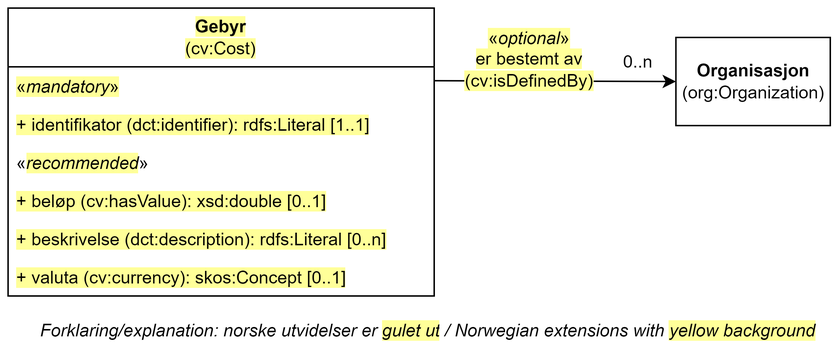
Informasjonsforvaltning/dcat-ap-no keeps this draw.io diagram as docs/images/Klassen-Gebyr.png. Above is the earlier version. Source tidied: cells renumbered, new cells last; positions are measured from the earlier drawing's top-left corner, leaving out a move shared by most shapes. Its diagram source:
```xml
<mxGraphModel>
  <root>
    <mxCell id="0" />
    <mxCell id="1" parent="0" />
    <mxCell id="2" value="&lt;b&gt;Organisasjon&lt;/b&gt;&lt;br&gt;(org:Organization)" style="rounded=0;whiteSpace=wrap;html=1;fillColor=default;strokeColor=#000000;" parent="1" vertex="1">
      <mxGeometry x="454.5" y="20" width="105" height="60" as="geometry" />
    </mxCell>
    <mxCell id="3" style="endArrow=classic;html=1;rounded=0;exitX=1.004;exitY=0.33;exitDx=0;exitDy=0;exitPerimeter=0;entryX=0;entryY=0.5;entryDx=0;entryDy=0;" parent="1" edge="1" target="2">
      <mxGeometry relative="1" as="geometry">
        <mxPoint x="290.4" y="49.5" as="sourcePoint" />
      </mxGeometry>
    </mxCell>
    <mxCell id="4" value="0..n" style="text;html=1;strokeColor=none;fillColor=none;align=center;verticalAlign=middle;whiteSpace=wrap;rounded=0;labelBackgroundColor=#FFFFFF;" parent="1" vertex="1">
      <mxGeometry x="409" y="27" width="40" height="20" as="geometry" />
    </mxCell>
    <mxCell id="5" value="&lt;span style=&quot;background-color: rgb(255, 255, 153);&quot;&gt;&lt;b style=&quot;border-color: var(--border-color);&quot;&gt;Gebyr&lt;/b&gt;&lt;br style=&quot;border-color: var(--border-color);&quot;&gt;(cv:Cost)&lt;/span&gt;" style="swimlane;fontStyle=0;horizontal=1;startSize=40;fillColor=none;whiteSpace=wrap;html=1;" parent="1" vertex="1">
      <mxGeometry width="290" height="196" as="geometry" />
    </mxCell>
    <mxCell id="6" value="&lt;span style=&quot;background-color: rgb(255, 255, 153);&quot;&gt;«&lt;i&gt;mandatory&lt;/i&gt;»&lt;/span&gt;" style="text;strokeColor=none;fillColor=none;align=left;verticalAlign=top;spacingLeft=4;spacingRight=4;overflow=hidden;whiteSpace=wrap;html=1;" parent="5" vertex="1">
      <mxGeometry y="40" width="290" height="26" as="geometry" />
    </mxCell>
    <mxCell id="7" value="&lt;span style=&quot;background-color: rgb(255, 255, 153);&quot;&gt;+ identifikator (dct:identifier): rdfs:Literal [1..1]&lt;/span&gt;" style="text;strokeColor=none;fillColor=none;align=left;verticalAlign=top;spacingLeft=4;spacingRight=4;overflow=hidden;whiteSpace=wrap;html=1;" parent="5" vertex="1">
      <mxGeometry y="66" width="290" height="26" as="geometry" />
    </mxCell>
    <mxCell id="8" value="«&lt;i style=&quot;background-color: rgb(255, 255, 153);&quot;&gt;recommended&lt;/i&gt;»" style="text;strokeColor=none;fillColor=none;align=left;verticalAlign=top;spacingLeft=4;spacingRight=4;overflow=hidden;whiteSpace=wrap;html=1;" parent="5" vertex="1">
      <mxGeometry y="92" width="290" height="26" as="geometry" />
    </mxCell>
    <mxCell id="9" value="&lt;span style=&quot;background-color: rgb(255, 255, 153);&quot;&gt;+&amp;nbsp;beløp (cv:hasValue): xsd:double&amp;nbsp;[0..1]&lt;/span&gt;" style="text;strokeColor=none;fillColor=none;align=left;verticalAlign=top;spacingLeft=4;spacingRight=4;overflow=hidden;whiteSpace=wrap;html=1;" parent="5" vertex="1">
      <mxGeometry y="118" width="290" height="26" as="geometry" />
    </mxCell>
    <mxCell id="10" value="&lt;span style=&quot;background-color: rgb(255, 255, 153);&quot;&gt;+&amp;nbsp;beskrivelse (dct:description): rdfs:Literal [0..n]&lt;/span&gt;" style="text;strokeColor=none;fillColor=none;align=left;verticalAlign=top;spacingLeft=4;spacingRight=4;overflow=hidden;whiteSpace=wrap;html=1;" parent="5" vertex="1">
      <mxGeometry y="144" width="290" height="26" as="geometry" />
    </mxCell>
    <mxCell id="11" value="&lt;span style=&quot;background-color: rgb(255, 255, 153);&quot;&gt;+&amp;nbsp;valuta (cv:currency): skos:Concept&amp;nbsp;[0..1]&lt;/span&gt;" style="text;strokeColor=none;fillColor=none;align=left;verticalAlign=top;spacingLeft=4;spacingRight=4;overflow=hidden;whiteSpace=wrap;html=1;" parent="5" vertex="1">
      <mxGeometry y="170" width="290" height="26" as="geometry" />
    </mxCell>
    <mxCell id="12" value="&lt;div&gt;&lt;span style=&quot;background-color: rgb(255, 255, 153);&quot;&gt;«&lt;i style=&quot;&quot;&gt;optional&lt;/i&gt;»&lt;/span&gt;&lt;/div&gt;&lt;div&gt;&lt;span style=&quot;background-color: rgb(255, 255, 153);&quot;&gt;er bestemt av&lt;/span&gt;&lt;/div&gt;&lt;div&gt;&lt;span style=&quot;background-color: rgb(255, 255, 153);&quot;&gt;(cv:isDefinedBy)&lt;/span&gt;&lt;/div&gt;" style="text;html=1;strokeColor=none;fillColor=none;align=center;verticalAlign=middle;whiteSpace=wrap;rounded=0;" parent="1" vertex="1">
      <mxGeometry x="310" y="20" width="89.6" height="30" as="geometry" />
    </mxCell>
    <mxCell id="13" value="Forklaring/explanation: norske utvidelser er&amp;nbsp;&lt;span style=&quot;background-color: rgb(255, 255, 153);&quot;&gt;gulet ut&lt;/span&gt;&lt;span style=&quot;background-color: rgb(255 , 255 , 255)&quot;&gt;&amp;nbsp;/ Norwegian extensions with &lt;/span&gt;&lt;span style=&quot;background-color: rgb(255, 255, 153);&quot;&gt;yellow background&lt;/span&gt;" style="text;html=1;strokeColor=none;fillColor=none;align=center;verticalAlign=middle;whiteSpace=wrap;rounded=0;fontStyle=2;" parent="1" vertex="1">
      <mxGeometry x="11.8" y="210" width="547.8" height="20" as="geometry" />
    </mxCell>
  </root>
</mxGraphModel>
```
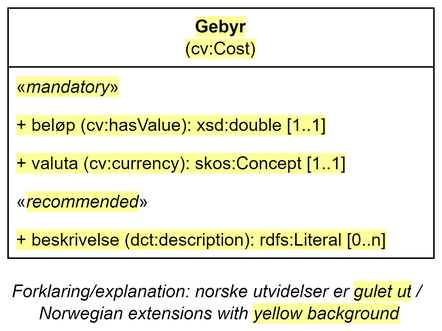
Later version of the same file.

Commit message:
Oppdaterer klassen Gebyr

The edit, as a diff of the source:
```diff
@@ -2,43 +2,26 @@
   <root>
     <mxCell id="0" />
     <mxCell id="1" parent="0" />
-    <mxCell id="2" value="&lt;b&gt;Organisasjon&lt;/b&gt;&lt;br&gt;(org:Organization)" style="rounded=0;whiteSpace=wrap;html=1;fillColor=default;strokeColor=#000000;" parent="1" vertex="1">
-      <mxGeometry x="454.5" y="20" width="105" height="60" as="geometry" />
-    </mxCell>
-    <mxCell id="3" style="endArrow=classic;html=1;rounded=0;exitX=1.004;exitY=0.33;exitDx=0;exitDy=0;exitPerimeter=0;entryX=0;entryY=0.5;entryDx=0;entryDy=0;" parent="1" edge="1" target="2">
-      <mxGeometry relative="1" as="geometry">
-        <mxPoint x="290.4" y="49.5" as="sourcePoint" />
-      </mxGeometry>
-    </mxCell>
-    <mxCell id="4" value="0..n" style="text;html=1;strokeColor=none;fillColor=none;align=center;verticalAlign=middle;whiteSpace=wrap;rounded=0;labelBackgroundColor=#FFFFFF;" parent="1" vertex="1">
-      <mxGeometry x="409" y="27" width="40" height="20" as="geometry" />
-    </mxCell>
     <mxCell id="5" value="&lt;span style=&quot;background-color: rgb(255, 255, 153);&quot;&gt;&lt;b style=&quot;border-color: var(--border-color);&quot;&gt;Gebyr&lt;/b&gt;&lt;br style=&quot;border-color: var(--border-color);&quot;&gt;(cv:Cost)&lt;/span&gt;" style="swimlane;fontStyle=0;horizontal=1;startSize=40;fillColor=none;whiteSpace=wrap;html=1;" parent="1" vertex="1">
-      <mxGeometry width="290" height="196" as="geometry" />
+      <mxGeometry width="290" height="170" as="geometry" />
     </mxCell>
     <mxCell id="6" value="&lt;span style=&quot;background-color: rgb(255, 255, 153);&quot;&gt;«&lt;i&gt;mandatory&lt;/i&gt;»&lt;/span&gt;" style="text;strokeColor=none;fillColor=none;align=left;verticalAlign=top;spacingLeft=4;spacingRight=4;overflow=hidden;whiteSpace=wrap;html=1;" parent="5" vertex="1">
       <mxGeometry y="40" width="290" height="26" as="geometry" />
     </mxCell>
-    <mxCell id="7" value="&lt;span style=&quot;background-color: rgb(255, 255, 153);&quot;&gt;+ identifikator (dct:identifier): rdfs:Literal [1..1]&lt;/span&gt;" style="text;strokeColor=none;fillColor=none;align=left;verticalAlign=top;spacingLeft=4;spacingRight=4;overflow=hidden;whiteSpace=wrap;html=1;" parent="5" vertex="1">
-      <mxGeometry y="66" width="290" height="26" as="geometry" />
-    </mxCell>
+    <mxCell id="9" value="&lt;span style=&quot;background-color: rgb(255, 255, 153);&quot;&gt;+&amp;nbsp;beløp (cv:hasValue): xsd:double&amp;nbsp;[1..1]&lt;/span&gt;" style="text;strokeColor=none;fillColor=none;align=left;verticalAlign=top;spacingLeft=4;spacingRight=4;overflow=hidden;whiteSpace=wrap;html=1;" parent="5" vertex="1">
+      <mxGeometry y="66" width="290" height="26" as="geometry" />
+    </mxCell>
+    <mxCell id="11" value="&lt;span style=&quot;background-color: rgb(255, 255, 153);&quot;&gt;+&amp;nbsp;valuta (cv:currency): skos:Concept&amp;nbsp;[1..1]&lt;/span&gt;" style="text;strokeColor=none;fillColor=none;align=left;verticalAlign=top;spacingLeft=4;spacingRight=4;overflow=hidden;whiteSpace=wrap;html=1;" parent="5" vertex="1">
+      <mxGeometry y="92" width="290" height="26" as="geometry" />
+    </mxCell>
     <mxCell id="8" value="«&lt;i style=&quot;background-color: rgb(255, 255, 153);&quot;&gt;recommended&lt;/i&gt;»" style="text;strokeColor=none;fillColor=none;align=left;verticalAlign=top;spacingLeft=4;spacingRight=4;overflow=hidden;whiteSpace=wrap;html=1;" parent="5" vertex="1">
-      <mxGeometry y="92" width="290" height="26" as="geometry" />
+      <mxGeometry y="118" width="290" height="26" as="geometry" />
     </mxCell>
-    <mxCell id="9" value="&lt;span style=&quot;background-color: rgb(255, 255, 153);&quot;&gt;+&amp;nbsp;beløp (cv:hasValue): xsd:double&amp;nbsp;[0..1]&lt;/span&gt;" style="text;strokeColor=none;fillColor=none;align=left;verticalAlign=top;spacingLeft=4;spacingRight=4;overflow=hidden;whiteSpace=wrap;html=1;" parent="5" vertex="1">
-      <mxGeometry y="118" width="290" height="26" as="geometry" />
-    </mxCell>
     <mxCell id="10" value="&lt;span style=&quot;background-color: rgb(255, 255, 153);&quot;&gt;+&amp;nbsp;beskrivelse (dct:description): rdfs:Literal [0..n]&lt;/span&gt;" style="text;strokeColor=none;fillColor=none;align=left;verticalAlign=top;spacingLeft=4;spacingRight=4;overflow=hidden;whiteSpace=wrap;html=1;" parent="5" vertex="1">
       <mxGeometry y="144" width="290" height="26" as="geometry" />
     </mxCell>
-    <mxCell id="11" value="&lt;span style=&quot;background-color: rgb(255, 255, 153);&quot;&gt;+&amp;nbsp;valuta (cv:currency): skos:Concept&amp;nbsp;[0..1]&lt;/span&gt;" style="text;strokeColor=none;fillColor=none;align=left;verticalAlign=top;spacingLeft=4;spacingRight=4;overflow=hidden;whiteSpace=wrap;html=1;" parent="5" vertex="1">
-      <mxGeometry y="170" width="290" height="26" as="geometry" />
-    </mxCell>
-    <mxCell id="12" value="&lt;div&gt;&lt;span style=&quot;background-color: rgb(255, 255, 153);&quot;&gt;«&lt;i style=&quot;&quot;&gt;optional&lt;/i&gt;»&lt;/span&gt;&lt;/div&gt;&lt;div&gt;&lt;span style=&quot;background-color: rgb(255, 255, 153);&quot;&gt;er bestemt av&lt;/span&gt;&lt;/div&gt;&lt;div&gt;&lt;span style=&quot;background-color: rgb(255, 255, 153);&quot;&gt;(cv:isDefinedBy)&lt;/span&gt;&lt;/div&gt;" style="text;html=1;strokeColor=none;fillColor=none;align=center;verticalAlign=middle;whiteSpace=wrap;rounded=0;" parent="1" vertex="1">
-      <mxGeometry x="310" y="20" width="89.6" height="30" as="geometry" />
-    </mxCell>
-    <mxCell id="13" value="Forklaring/explanation: norske utvidelser er&amp;nbsp;&lt;span style=&quot;background-color: rgb(255, 255, 153);&quot;&gt;gulet ut&lt;/span&gt;&lt;span style=&quot;background-color: rgb(255 , 255 , 255)&quot;&gt;&amp;nbsp;/ Norwegian extensions with &lt;/span&gt;&lt;span style=&quot;background-color: rgb(255, 255, 153);&quot;&gt;yellow background&lt;/span&gt;" style="text;html=1;strokeColor=none;fillColor=none;align=center;verticalAlign=middle;whiteSpace=wrap;rounded=0;fontStyle=2;" parent="1" vertex="1">
-      <mxGeometry x="11.8" y="210" width="547.8" height="20" as="geometry" />
+    <mxCell id="13" value="Forklaring/explanation: norske utvidelser er&amp;nbsp;&lt;span style=&quot;background-color: rgb(255, 255, 153);&quot;&gt;gulet ut&lt;/span&gt;&lt;span style=&quot;background-color: rgb(255 , 255 , 255)&quot;&gt;&amp;nbsp;/&amp;nbsp;&lt;/span&gt;&lt;div&gt;&lt;span style=&quot;background-color: rgb(255 , 255 , 255)&quot;&gt;Norwegian extensions with &lt;/span&gt;&lt;span style=&quot;background-color: rgb(255, 255, 153);&quot;&gt;yellow background&lt;/span&gt;&lt;/div&gt;" style="text;html=1;strokeColor=none;fillColor=none;align=center;verticalAlign=middle;whiteSpace=wrap;rounded=0;fontStyle=2;" parent="1" vertex="1">
+      <mxGeometry y="190" width="288.2" height="20" as="geometry" />
     </mxCell>
   </root>
 </mxGraphModel>
```
